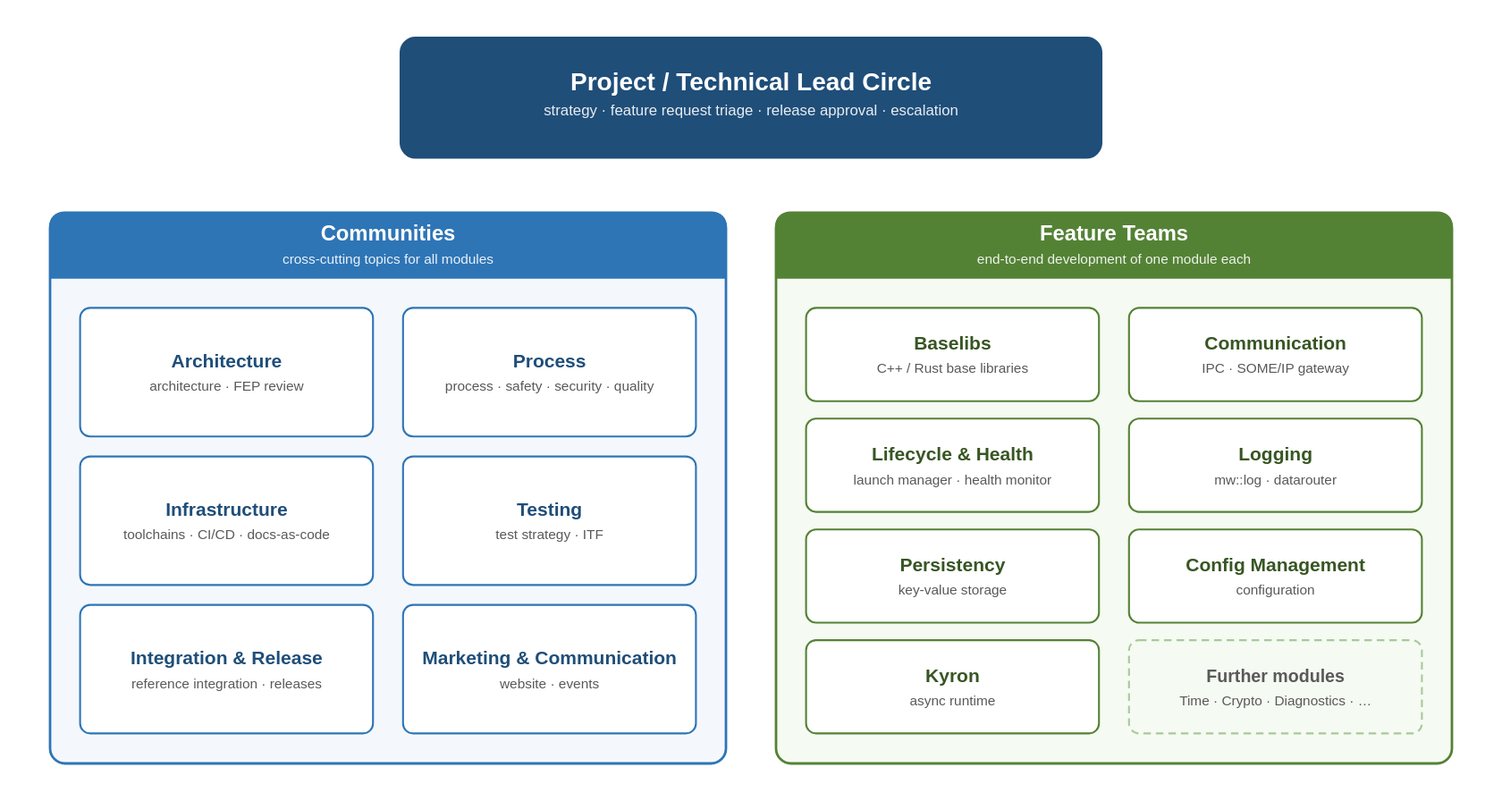
Above: docs/users_guide/_assets/project_organization.drawio.svg in eclipse-score/score (draw.io), before the change. Source tidied: cells renumbered, new cells last; positions are measured from the earlier drawing's top-left corner, leaving out a move shared by most shapes.
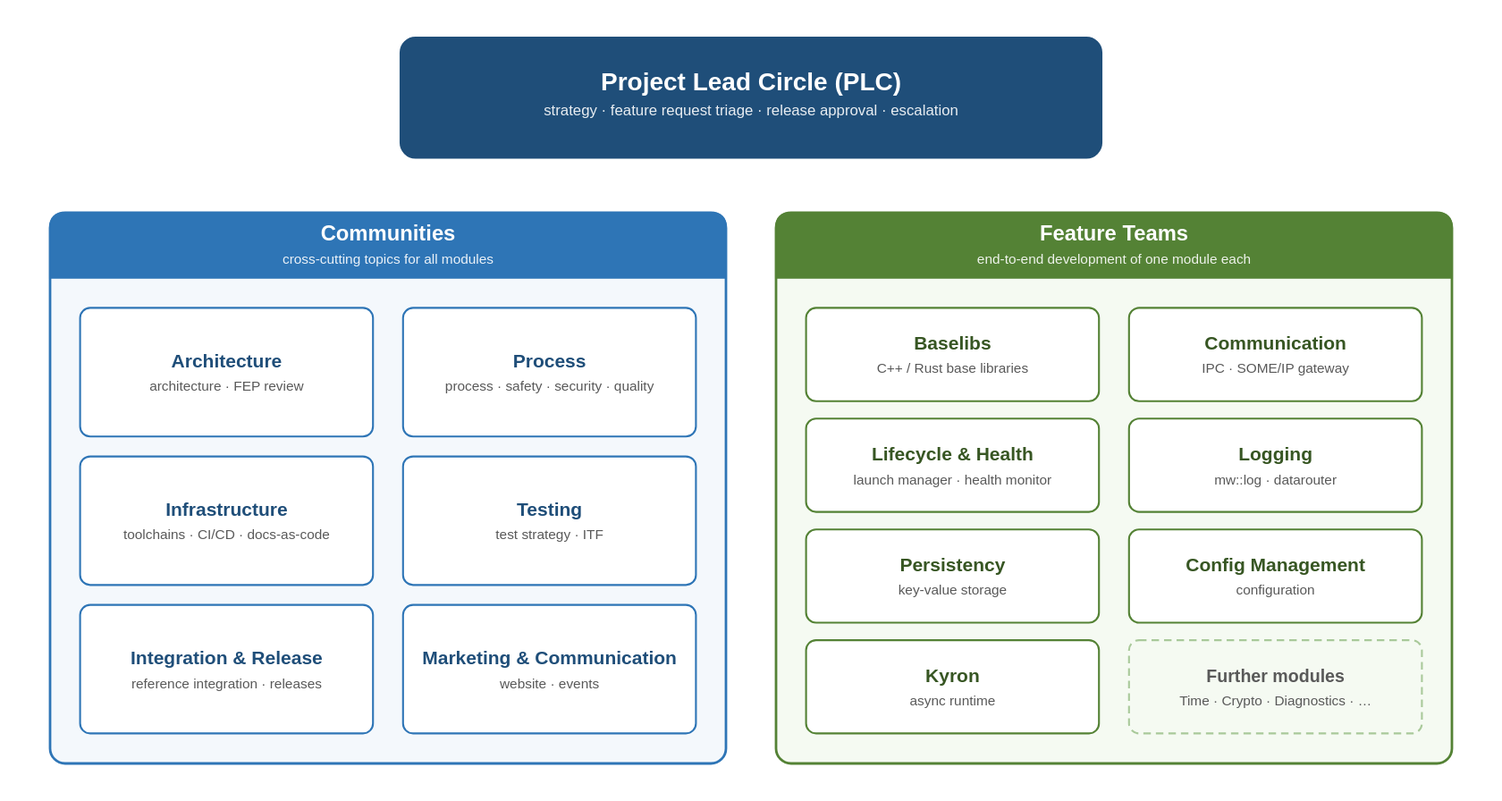
Above is the later version.

The edit, as a diff of the source:
```diff
@@ -2,7 +2,7 @@
   <root>
     <mxCell id="0" />
     <mxCell id="1" parent="0" />
-    <mxCell id="2" value="&lt;b style=&quot;font-size:20px&quot;&gt;Project / Technical Lead Circle&lt;/b&gt;&lt;br&gt;&lt;span style=&quot;font-size:12px;color:#FFFFFF&quot;&gt;strategy  ·  feature request triage  ·  release approval  ·  escalation&lt;/span&gt;" style="rounded=1;arcSize=12;absoluteArcSize=0;fillColor=#1F4E79;strokeColor=#1F4E79;strokeWidth=1.5;whiteSpace=wrap;html=1;fontFamily=Helvetica;fontColor=#FFFFFF;verticalAlign=middle;" parent="1" vertex="1">
+    <mxCell id="2" value="&lt;b style=&quot;font-size:20px&quot;&gt;Project Lead Circle (PLC)&lt;/b&gt;&lt;br&gt;&lt;span style=&quot;font-size:12px;color:#FFFFFF&quot;&gt;strategy  ·  feature request triage  ·  release approval  ·  escalation&lt;/span&gt;" style="rounded=1;arcSize=12;absoluteArcSize=0;fillColor=#1F4E79;strokeColor=#1F4E79;strokeWidth=1.5;whiteSpace=wrap;html=1;fontFamily=Helvetica;fontColor=#FFFFFF;verticalAlign=middle;" parent="1" vertex="1">
       <mxGeometry x="280" width="560" height="96" as="geometry" />
     </mxCell>
     <mxCell id="3" style="rounded=1;arcSize=2;absoluteArcSize=0;fillColor=#F4F8FC;strokeColor=#2E75B6;strokeWidth=2;whiteSpace=wrap;html=1;fontFamily=Helvetica;fontColor=#1F4E79;verticalAlign=top;" parent="1" vertex="1">
```
